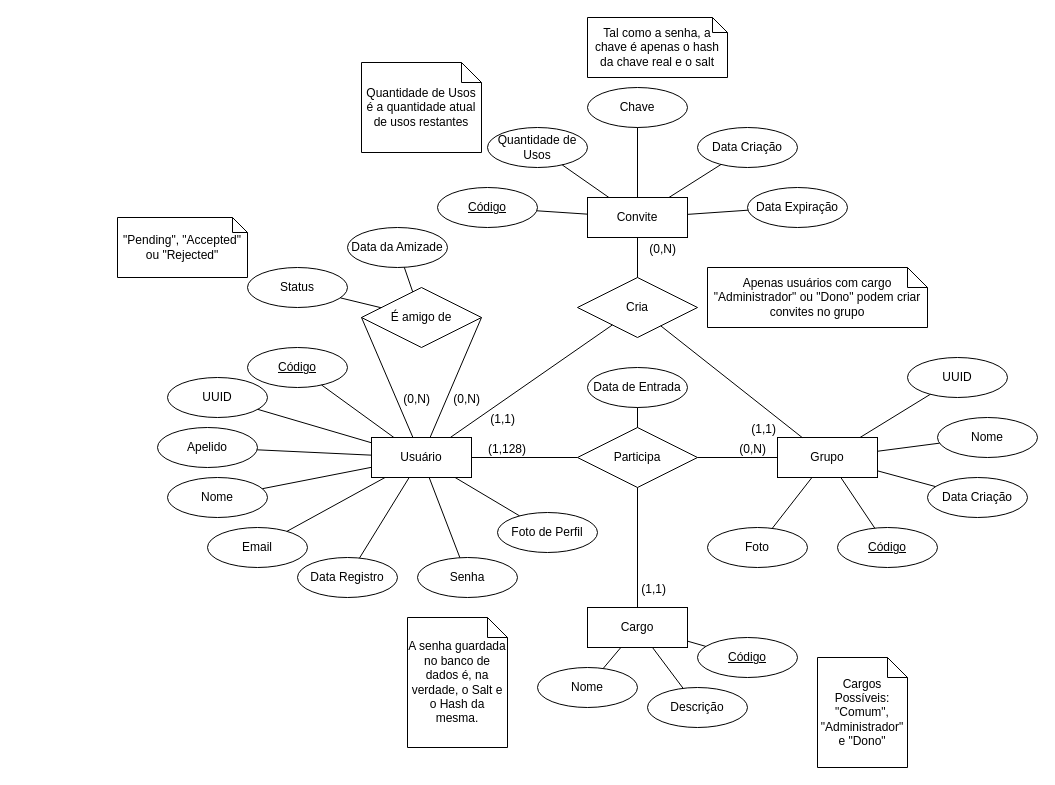
Earlier version of the draw.io diagram docs/drawio/MERConchat.drawio (otreek11/Conchat). Source tidied: cells renumbered, new cells numbered last; positions are measured from the earlier drawing's top-left corner, leaving out a move shared by most shapes. Both pictures are drawn from the tidied source at 100%, with x=0, y=0 at pixel (117, 17).
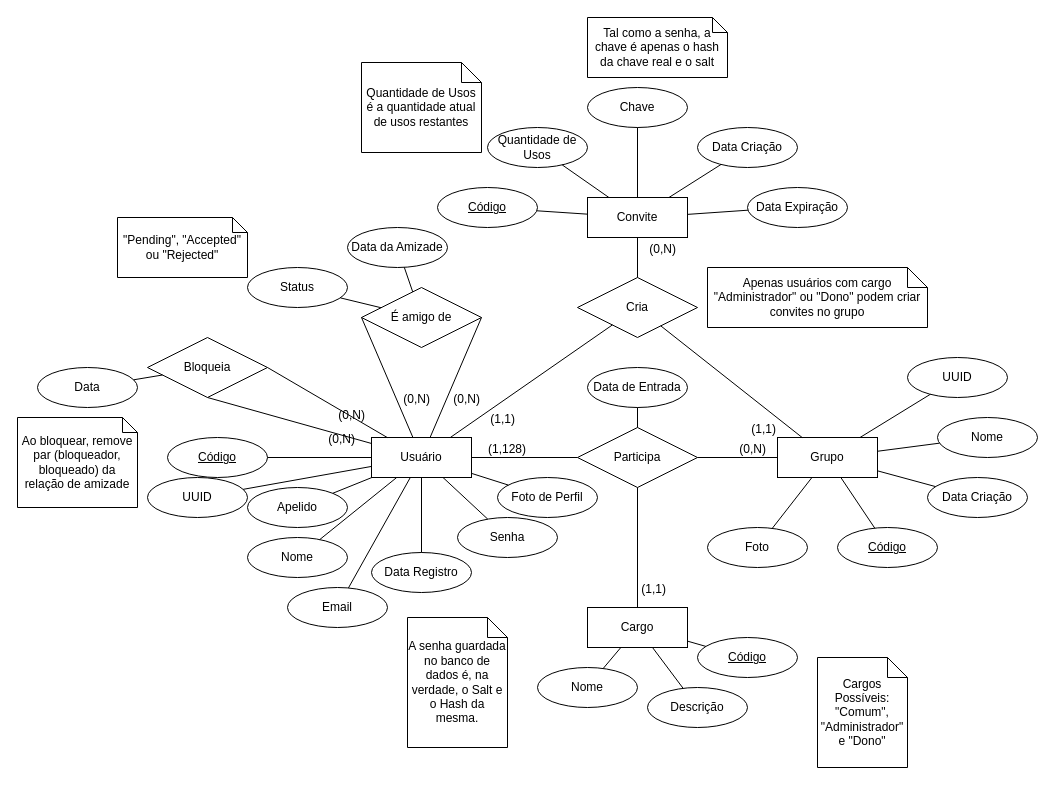
The same page after the edit.

The change refers to these unchanged cells:
```xml
<mxCell id="2" value="Usuário" style="whiteSpace=wrap;html=1;align=center;" parent="1" vertex="1">
  <mxGeometry x="254" y="420" width="100" height="40" as="geometry" />
</mxCell>
```

The edit, as a diff of the source:
```diff
@@
     <mxCell id="4" value="Código" style="ellipse;whiteSpace=wrap;html=1;align=center;fontStyle=4;" parent="1" vertex="1">
-      <mxGeometry x="130" y="330" width="100" height="40" as="geometry" />
+      <mxGeometry x="50" y="420" width="100" height="40" as="geometry" />
     </mxCell>
     <mxCell id="5" value="UUID" style="ellipse;whiteSpace=wrap;html=1;align=center;" parent="1" vertex="1">
-      <mxGeometry x="50" y="360" width="100" height="40" as="geometry" />
+      <mxGeometry x="30" y="460" width="100" height="40" as="geometry" />
     </mxCell>
     <mxCell id="6" value="Apelido" style="ellipse;whiteSpace=wrap;html=1;align=center;" parent="1" vertex="1">
-      <mxGeometry x="40" y="410" width="100" height="40" as="geometry" />
+      <mxGeometry x="130" y="470" width="100" height="40" as="geometry" />
     </mxCell>
     <mxCell id="7" value="Data Registro" style="ellipse;whiteSpace=wrap;html=1;align=center;" parent="1" vertex="1">
-      <mxGeometry x="180" y="540" width="100" height="40" as="geometry" />
+      <mxGeometry x="254" y="535" width="100" height="40" as="geometry" />
     </mxCell>
@@
     <mxCell id="12" value="Email" style="ellipse;whiteSpace=wrap;html=1;align=center;" parent="1" vertex="1">
-      <mxGeometry x="90" y="510" width="100" height="40" as="geometry" />
+      <mxGeometry x="170" y="570" width="100" height="40" as="geometry" />
     </mxCell>
@@
     <mxCell id="14" value="Senha" style="ellipse;whiteSpace=wrap;html=1;align=center;" parent="1" vertex="1">
-      <mxGeometry x="300" y="540" width="100" height="40" as="geometry" />
+      <mxGeometry x="340" y="500" width="100" height="40" as="geometry" />
     </mxCell>
@@
     <mxCell id="53" value="Nome" style="ellipse;whiteSpace=wrap;html=1;align=center;" parent="1" vertex="1">
-      <mxGeometry x="50" y="460" width="100" height="40" as="geometry" />
+      <mxGeometry x="130" y="520" width="100" height="40" as="geometry" />
     </mxCell>
@@
     <mxCell id="55" value="Foto de Perfil" style="ellipse;whiteSpace=wrap;html=1;align=center;" parent="1" vertex="1">
-      <mxGeometry x="380" y="495" width="100" height="40" as="geometry" />
+      <mxGeometry x="380" y="460" width="100" height="40" as="geometry" />
     </mxCell>
@@
+    <mxCell id="79" value="Bloqueia" style="shape=rhombus;perimeter=rhombusPerimeter;whiteSpace=wrap;html=1;align=center;" parent="1" vertex="1">
+      <mxGeometry x="30" y="320" width="120" height="60" as="geometry" />
+    </mxCell>
+    <mxCell id="80" style="endArrow=none;html=1;rounded=0;exitX=0.5;exitY=1;exitDx=0;exitDy=0;" parent="1" edge="1" source="79" target="2">
+      <mxGeometry relative="1" as="geometry" />
+    </mxCell>
+    <mxCell id="81" value="(0,N)" style="html=1;whiteSpace=wrap;align=right;verticalAlign=bottom;" parent="80" vertex="1">
+      <mxGeometry x="1" relative="1" as="geometry">
+        <mxPoint x="-5" y="-20" as="offset" />
+      </mxGeometry>
+    </mxCell>
+    <mxCell id="82" style="endArrow=none;html=1;rounded=0;exitX=1;exitY=0.5;exitDx=0;exitDy=0;" parent="1" edge="1" source="79" target="2">
+      <mxGeometry relative="1" as="geometry" />
+    </mxCell>
+    <mxCell id="83" value="(0,N)" style="html=1;whiteSpace=wrap;align=right;verticalAlign=bottom;" parent="82" vertex="1">
+      <mxGeometry x="1" relative="1" as="geometry">
+        <mxPoint x="-31" y="10" as="offset" />
+      </mxGeometry>
+    </mxCell>
+    <mxCell id="84" value="Data" style="ellipse;whiteSpace=wrap;html=1;align=center;" parent="1" vertex="1">
+      <mxGeometry x="-80" y="350" width="100" height="40" as="geometry" />
+    </mxCell>
+    <mxCell id="85" style="endArrow=none;html=1;rounded=0;fontStyle=1;" parent="1" edge="1" source="79" target="84">
+      <mxGeometry relative="1" as="geometry" />
+    </mxCell>
+    <mxCell id="86" value="Ao bloquear, remove par (bloqueador, bloqueado) da relação de amizade" style="shape=note;size=15;whiteSpace=wrap;html=1;" parent="1" vertex="1">
+      <mxGeometry x="-100" y="400" width="120" height="90" as="geometry" />
+    </mxCell>
```
